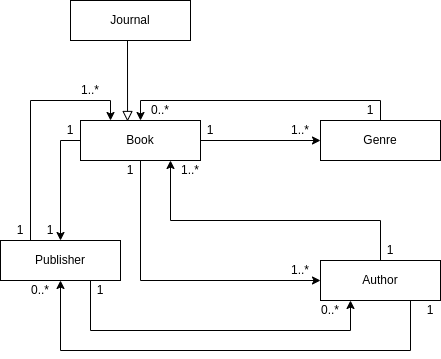
Above: Diagrams/EFCoreBookStoreDB.drawio.png in Daizman/EFCore (draw.io), before the change. Source tidied: cells renumbered, new cells last; positions are measured from the earlier drawing's top-left corner, leaving out a move shared by most shapes.
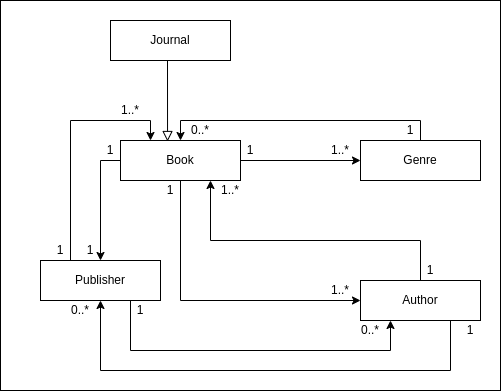
After the change.

What changed in the source:
```diff
@@ -2,6 +2,9 @@
   <root>
     <mxCell id="0" />
     <mxCell id="1" parent="0" />
+    <mxCell id="32" style="rounded=0;whiteSpace=wrap;html=1;" parent="1" vertex="1">
+      <mxGeometry x="-40" y="-20" width="500" height="390" as="geometry" />
+    </mxCell>
     <mxCell id="2" style="edgeStyle=orthogonalEdgeStyle;rounded=0;jettySize=auto;html=1;exitX=1;exitY=0.5;exitDx=0;exitDy=0;" parent="1" edge="1" source="5" target="7">
       <mxGeometry relative="1" as="geometry" />
     </mxCell>
```
